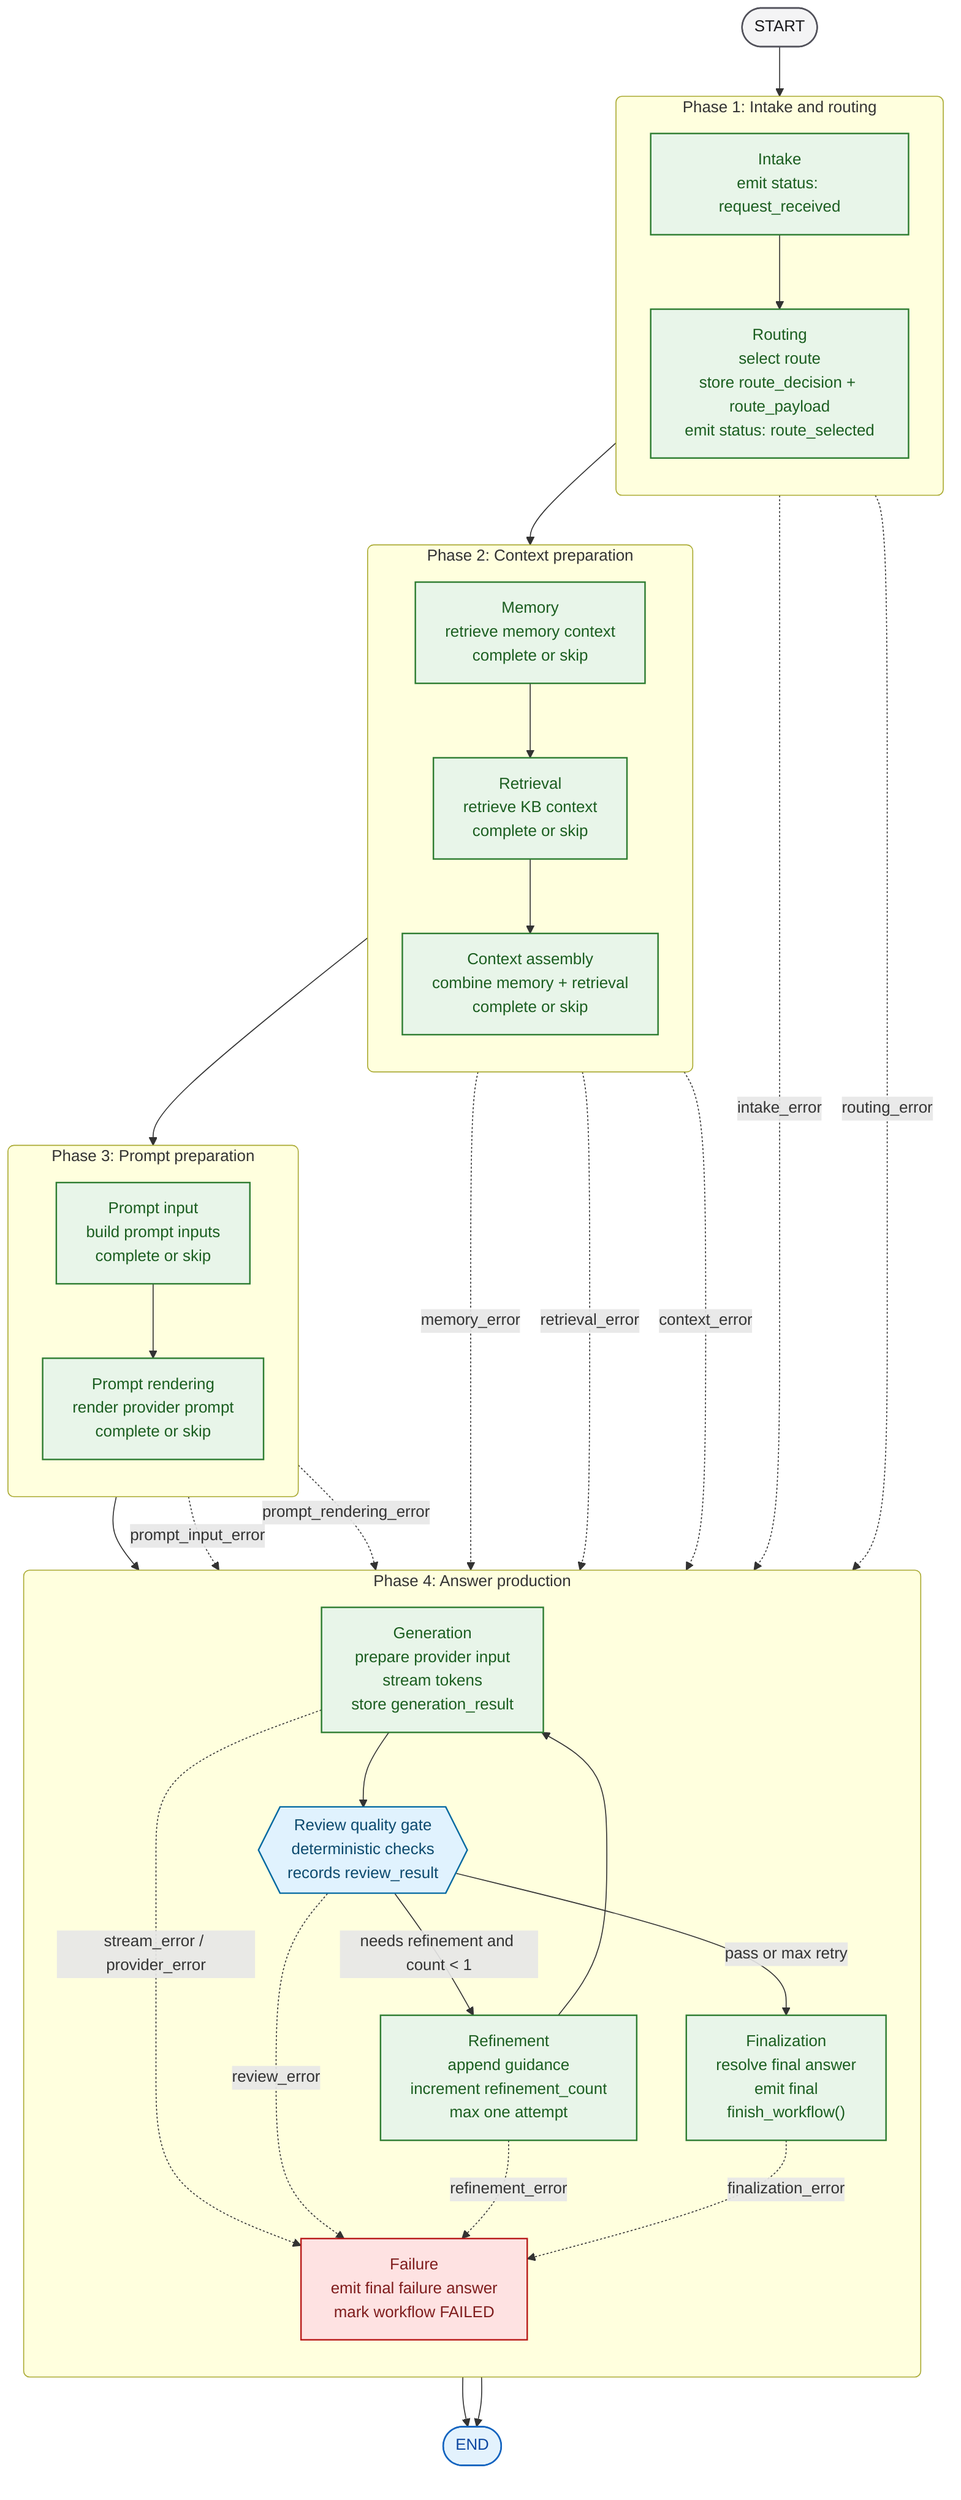
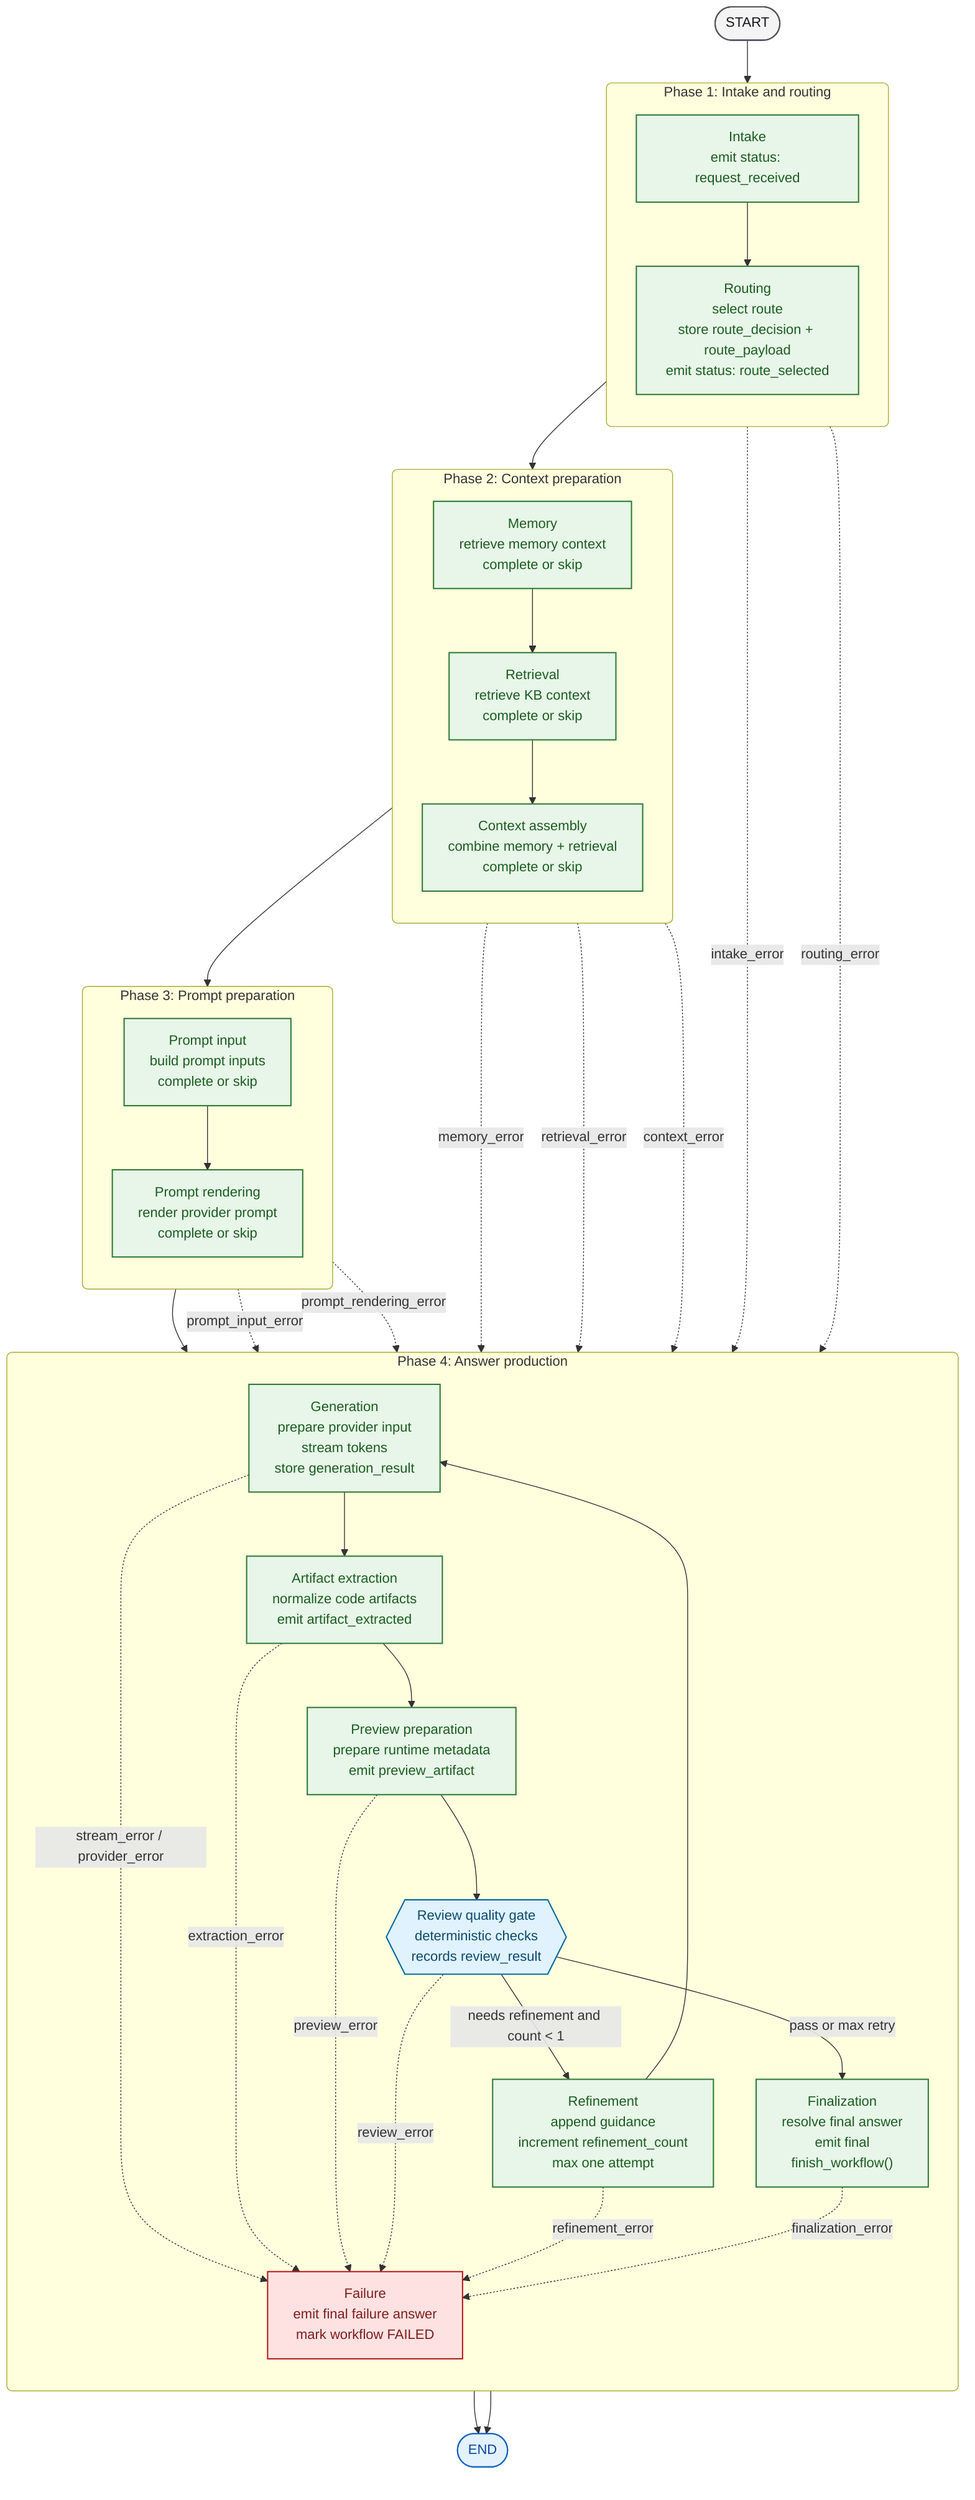
flowchart TB
    classDef boundary fill:#F4F4F5,stroke:#52525B,color:#18181B,stroke-width:1.5px;
    classDef implemented fill:#E8F5E9,stroke:#2E7D32,color:#1B5E20,stroke-width:1.5px;
    classDef gate fill:#E0F2FE,stroke:#0369A1,color:#0C4A6E,stroke-width:1.5px;
    classDef failure fill:#FEE2E2,stroke:#B91C1C,color:#7F1D1D,stroke-width:1.5px;
    classDef terminal fill:#E3F2FD,stroke:#1565C0,color:#0D47A1,stroke-width:1.5px;

    start([START])
    finish([END])

    subgraph phase_1["Phase 1: Intake and routing"]
        direction TB
        intake["Intake<br/>emit status: request_received"]
        routing["Routing<br/>select route<br/>store route_decision + route_payload<br/>emit status: route_selected"]
    end

    subgraph phase_2["Phase 2: Context preparation"]
        direction TB
        memory["Memory<br/>retrieve memory context<br/>complete or skip"]
        retrieval["Retrieval<br/>retrieve KB context<br/>complete or skip"]
        context_assembly["Context assembly<br/>combine memory + retrieval<br/>complete or skip"]
    end

    subgraph phase_3["Phase 3: Prompt preparation"]
        direction TB
        prompt_input["Prompt input<br/>build prompt inputs<br/>complete or skip"]
        prompt_rendering["Prompt rendering<br/>render provider prompt<br/>complete or skip"]
    end

    subgraph phase_4["Phase 4: Answer production"]
        direction TB
        generation["Generation<br/>prepare provider input<br/>stream tokens<br/>store generation_result"]
+         artifact_extraction["Artifact extraction<br/>normalize code artifacts<br/>emit artifact_extracted"]
+         preview_preparation["Preview preparation<br/>prepare runtime metadata<br/>emit preview_artifact"]
        review{{"Review quality gate<br/>deterministic checks<br/>records review_result"}}
        refinement["Refinement<br/>append guidance<br/>increment refinement_count<br/>max one attempt"]
        finalization["Finalization<br/>resolve final answer<br/>emit final<br/>finish_workflow()"]
        failure["Failure<br/>emit final failure answer<br/>mark workflow FAILED"]
    end

-     start --> intake --> routing --> memory --> retrieval --> context_assembly --> prompt_input --> prompt_rendering --> generation --> review
+     start --> intake --> routing --> memory --> retrieval --> context_assembly --> prompt_input --> prompt_rendering --> generation --> artifact_extraction --> preview_preparation --> review
    review -->|"pass or max retry"| finalization --> finish
    review -->|"needs refinement and count < 1"| refinement --> generation
    intake -. intake_error .-> failure
    routing -. routing_error .-> failure
    memory -. memory_error .-> failure
    retrieval -. retrieval_error .-> failure
    context_assembly -. context_error .-> failure
    prompt_input -. prompt_input_error .-> failure
    prompt_rendering -. prompt_rendering_error .-> failure
    generation -. stream_error / provider_error .-> failure
+     artifact_extraction -. extraction_error .-> failure
+     preview_preparation -. preview_error .-> failure
    review -. review_error .-> failure
    refinement -. refinement_error .-> failure
    finalization -. finalization_error .-> failure
    failure --> finish

    class start boundary
    class finish terminal
-     class intake,routing,memory,retrieval,context_assembly,prompt_input,prompt_rendering,generation,refinement,finalization implemented
+     class intake,routing,memory,retrieval,context_assembly,prompt_input,prompt_rendering,generation,artifact_extraction,preview_preparation,refinement,finalization implemented
    class review gate
    class failure failure
    style phase_1 rx:6px,ry:6px
    style phase_2 rx:6px,ry:6px
    style phase_3 rx:6px,ry:6px
    style phase_4 rx:6px,ry:6px
